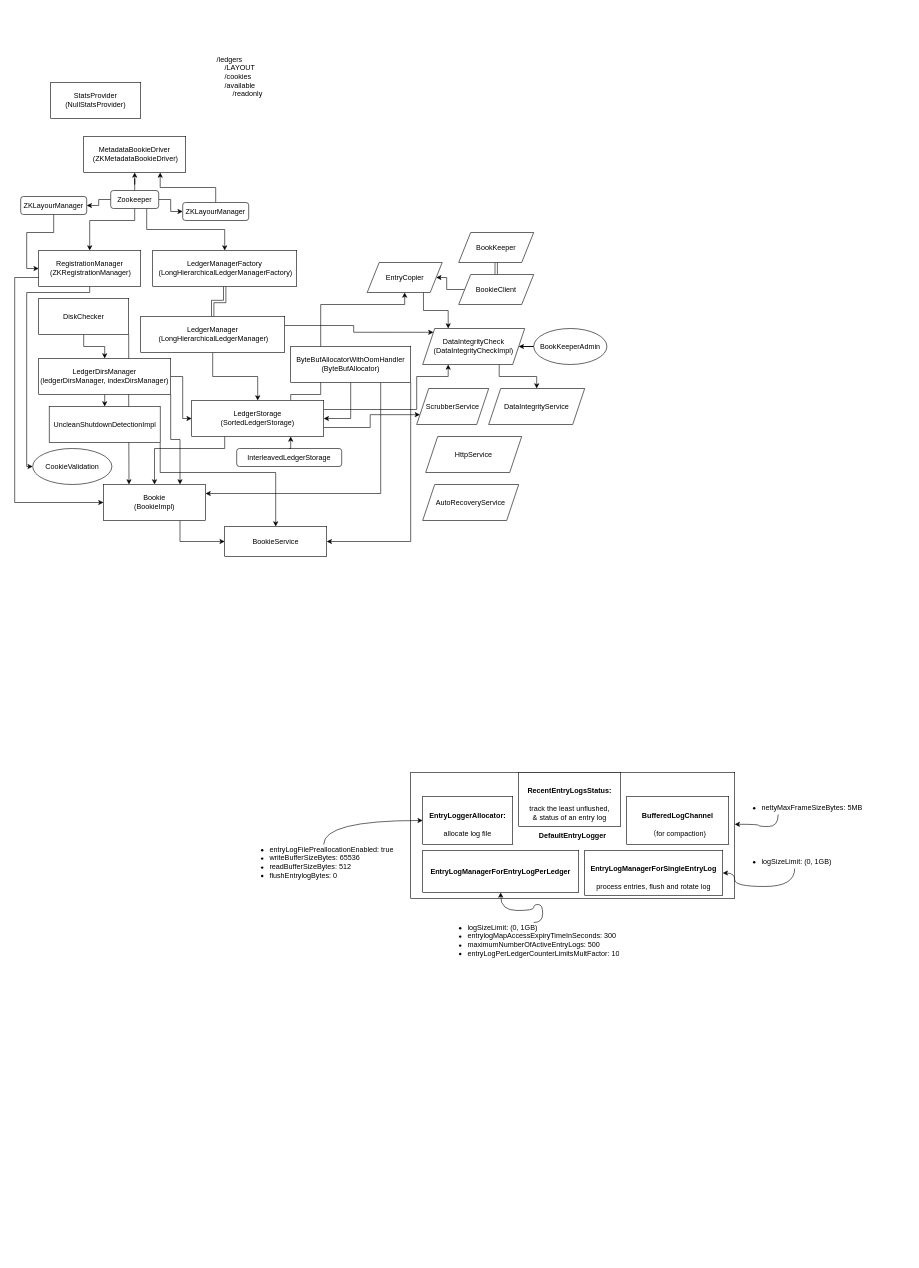
Above: BookieServer.drawio in Reidddddd/drawing (draw.io), before the change. Source tidied: cells renumbered, new cells numbered last; positions are measured from the earlier drawing's top-left corner, leaving out a move shared by most shapes. Both pictures are drawn from the tidied source at 60%, with x=0, y=0 at pixel (14, 10).
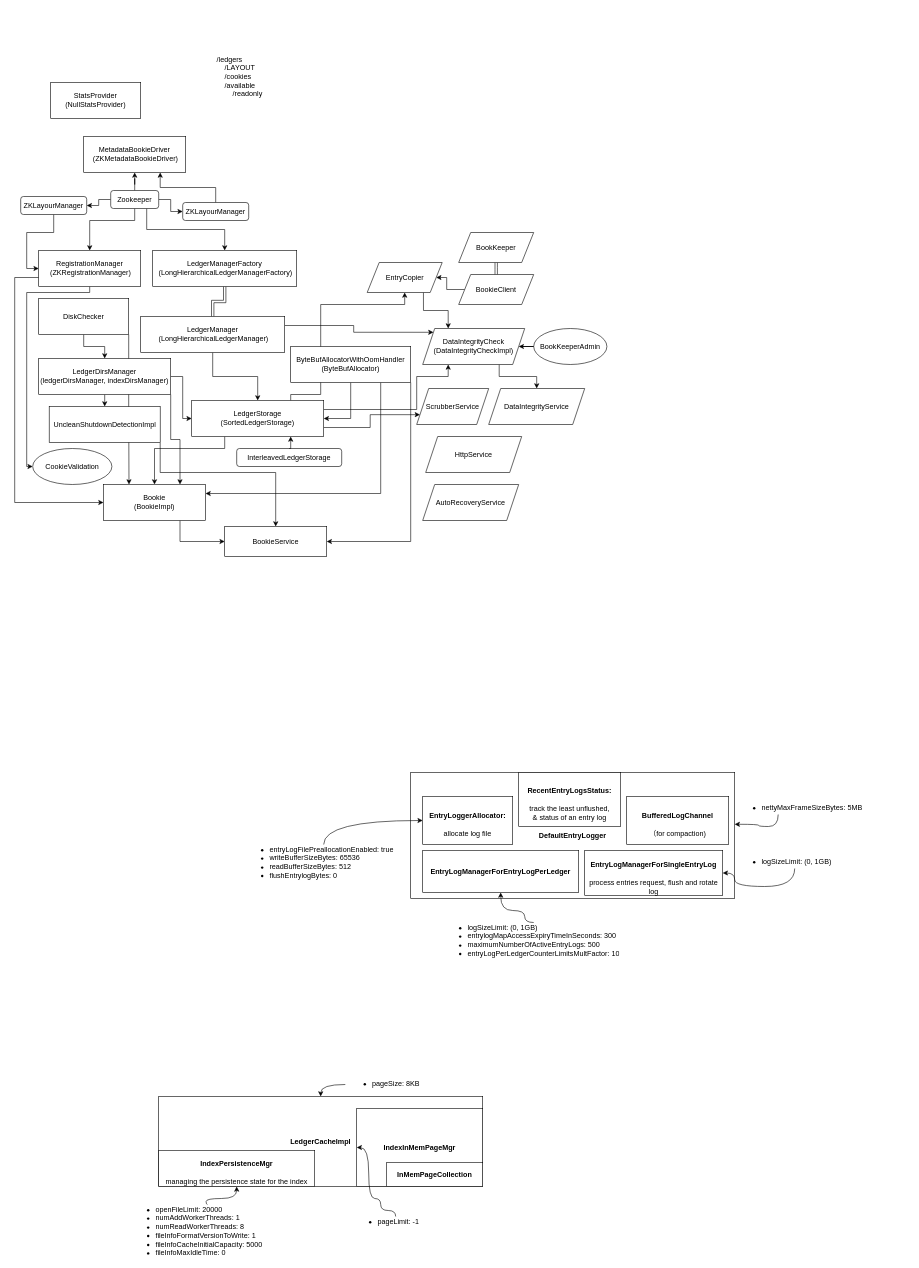
The same page after the edit.

Commit message:
Add LedgerCacheImpl Details

Unchanged cells that the change refers to:
```xml
<mxCell id="71" value="&lt;h4&gt;EntryLogManagerForEntryLogPerLedger&lt;/h4&gt;" style="rounded=0;whiteSpace=wrap;html=1;" parent="1" vertex="1">
  <mxGeometry x="680" y="1400" width="260" height="70" as="geometry" />
</mxCell>
<mxCell id="72" value="&lt;ul style=&quot;border-color: var(--border-color);&quot;&gt;&lt;li style=&quot;border-color: var(--border-color);&quot;&gt;logSizeLimit: (0, 1GB)&lt;/li&gt;&lt;li style=&quot;border-color: var(--border-color);&quot;&gt;entrylogMapAccessExpiryTimeInSeconds: 300&lt;br&gt;&lt;/li&gt;&lt;li style=&quot;border-color: var(--border-color);&quot;&gt;maximumNumberOfActiveEntryLogs: 500&lt;br&gt;&lt;/li&gt;&lt;li style=&quot;border-color: var(--border-color);&quot;&gt;entryLogPerLedgerCounterLimitsMultFactor: 10&lt;/li&gt;&lt;/ul&gt;" style="text;html=1;strokeColor=none;fillColor=none;spacing=5;spacingTop=-20;whiteSpace=wrap;overflow=hidden;rounded=0;" parent="1" vertex="1">
  <mxGeometry x="710" y="1520" width="310" height="70" as="geometry" />
</mxCell>
```

The edit, as a diff of the source:
```diff
@@
-    <mxCell id="68" value="&lt;h4&gt;EntryLogManagerForSingleEntryLog&lt;/h4&gt;&lt;div&gt;process entries, flush and rotate log&lt;/div&gt;" style="rounded=0;whiteSpace=wrap;html=1;" parent="1" vertex="1">
+    <mxCell id="68" value="&lt;h4&gt;EntryLogManagerForSingleEntryLog&lt;/h4&gt;&lt;div&gt;process entries request, flush and rotate log&lt;/div&gt;" style="rounded=0;whiteSpace=wrap;html=1;" parent="1" vertex="1">
       <mxGeometry x="950" y="1400" width="230" height="75" as="geometry" />
     </mxCell>
@@
     <mxCell id="70" style="rounded=0;jettySize=auto;html=1;entryX=0.5;entryY=1;entryDx=0;entryDy=0;edgeStyle=orthogonalEdgeStyle;curved=1;exitX=0.5;exitY=0;exitDx=0;exitDy=0;" parent="1" edge="1" source="72" target="71">
       <mxGeometry relative="1" as="geometry">
         <Array as="points">
-          <mxPoint x="880" y="1520" />
-          <mxPoint x="880" y="1490" />
-          <mxPoint x="865" y="1490" />
-          <mxPoint x="865" y="1500" />
+          <mxPoint x="850" y="1520" />
+          <mxPoint x="850" y="1500" />
           <mxPoint x="810" y="1500" />
         </Array>
       </mxGeometry>
     </mxCell>
@@
+    <mxCell id="76" value="&lt;h4&gt;LedgerCacheImpl&lt;/h4&gt;" style="rounded=0;whiteSpace=wrap;html=1;" parent="1" vertex="1">
+      <mxGeometry x="240" y="1810" width="540" height="150" as="geometry" />
+    </mxCell>
+    <mxCell id="77" value="&lt;ul style=&quot;border-color: var(--border-color);&quot;&gt;&lt;li style=&quot;border-color: var(--border-color);&quot;&gt;pageSize: 8KB&lt;/li&gt;&lt;/ul&gt;" style="text;html=1;strokeColor=none;fillColor=none;spacing=5;spacingTop=-20;whiteSpace=wrap;overflow=hidden;rounded=0;" parent="1" vertex="1">
+      <mxGeometry x="551" y="1780" width="159" height="20" as="geometry" />
+    </mxCell>
+    <mxCell id="78" style="rounded=0;jettySize=auto;html=1;edgeStyle=orthogonalEdgeStyle;curved=1;exitX=0;exitY=0.5;exitDx=0;exitDy=0;entryX=0.5;entryY=0;entryDx=0;entryDy=0;" parent="1" edge="1" source="77" target="76">
+      <mxGeometry relative="1" as="geometry">
+        <Array as="points">
+          <mxPoint x="510" y="1790" />
+        </Array>
+      </mxGeometry>
+    </mxCell>
+    <mxCell id="79" value="&lt;h4&gt;IndexPersistenceMgr&lt;/h4&gt;&lt;div&gt;managing the persistence state for the index&lt;br&gt;&lt;/div&gt;" style="rounded=0;whiteSpace=wrap;html=1;" parent="1" vertex="1">
+      <mxGeometry x="240" y="1900" width="260" height="60" as="geometry" />
+    </mxCell>
+    <mxCell id="80" value="&lt;h4&gt;IndexInMemPageMgr&lt;/h4&gt;" style="rounded=0;whiteSpace=wrap;html=1;" parent="1" vertex="1">
+      <mxGeometry x="570" y="1830" width="210" height="130" as="geometry" />
+    </mxCell>
+    <mxCell id="81" value="&lt;ul style=&quot;border-color: var(--border-color);&quot;&gt;&lt;li style=&quot;border-color: var(--border-color);&quot;&gt;openFileLimit: 20000&lt;/li&gt;&lt;li style=&quot;border-color: var(--border-color);&quot;&gt;numAddWorkerThreads: 1&lt;br&gt;&lt;/li&gt;&lt;li style=&quot;border-color: var(--border-color);&quot;&gt;numReadWorkerThreads: 8&lt;br&gt;&lt;/li&gt;&lt;li style=&quot;border-color: var(--border-color);&quot;&gt;fileInfoFormatVersionToWrite: 1&lt;br&gt;&lt;/li&gt;&lt;li style=&quot;border-color: var(--border-color);&quot;&gt;fileInfoCacheInitialCapacity: 5000&lt;br&gt;&lt;/li&gt;&lt;li style=&quot;border-color: var(--border-color);&quot;&gt;fileInfoMaxIdleTime: 0&lt;/li&gt;&lt;/ul&gt;" style="text;html=1;strokeColor=none;fillColor=none;spacing=5;spacingTop=-20;whiteSpace=wrap;overflow=hidden;rounded=0;" parent="1" vertex="1">
+      <mxGeometry x="190" y="1990" width="262.5" height="90" as="geometry" />
+    </mxCell>
+    <mxCell id="82" style="rounded=0;jettySize=auto;html=1;edgeStyle=orthogonalEdgeStyle;curved=1;entryX=0.5;entryY=1;entryDx=0;entryDy=0;exitX=0.5;exitY=0;exitDx=0;exitDy=0;" parent="1" edge="1" source="81" target="79">
+      <mxGeometry relative="1" as="geometry">
+        <Array as="points">
+          <mxPoint x="319" y="1990" />
+          <mxPoint x="319" y="1980" />
+          <mxPoint x="370" y="1980" />
+        </Array>
+      </mxGeometry>
+    </mxCell>
+    <mxCell id="83" value="&lt;ul style=&quot;border-color: var(--border-color);&quot;&gt;&lt;li style=&quot;border-color: var(--border-color);&quot;&gt;pageLimit: -1&lt;/li&gt;&lt;/ul&gt;" style="text;html=1;strokeColor=none;fillColor=none;spacing=5;spacingTop=-20;whiteSpace=wrap;overflow=hidden;rounded=0;" parent="1" vertex="1">
+      <mxGeometry x="560" y="2010" width="150" height="20" as="geometry" />
+    </mxCell>
+    <mxCell id="84" style="rounded=0;jettySize=auto;html=1;edgeStyle=orthogonalEdgeStyle;curved=1;exitX=0.5;exitY=0;exitDx=0;exitDy=0;entryX=0;entryY=0.5;entryDx=0;entryDy=0;" parent="1" edge="1" source="83" target="80">
+      <mxGeometry relative="1" as="geometry">
+        <Array as="points">
+          <mxPoint x="635" y="2000" />
+          <mxPoint x="610" y="2000" />
+          <mxPoint x="610" y="1980" />
+          <mxPoint x="590" y="1980" />
+          <mxPoint x="590" y="1895" />
+        </Array>
+      </mxGeometry>
+    </mxCell>
+    <mxCell id="85" value="&lt;h4&gt;InMemPageCollection&lt;/h4&gt;" style="rounded=0;whiteSpace=wrap;html=1;" parent="1" vertex="1">
+      <mxGeometry x="620" y="1920" width="160" height="40" as="geometry" />
+    </mxCell>
```
